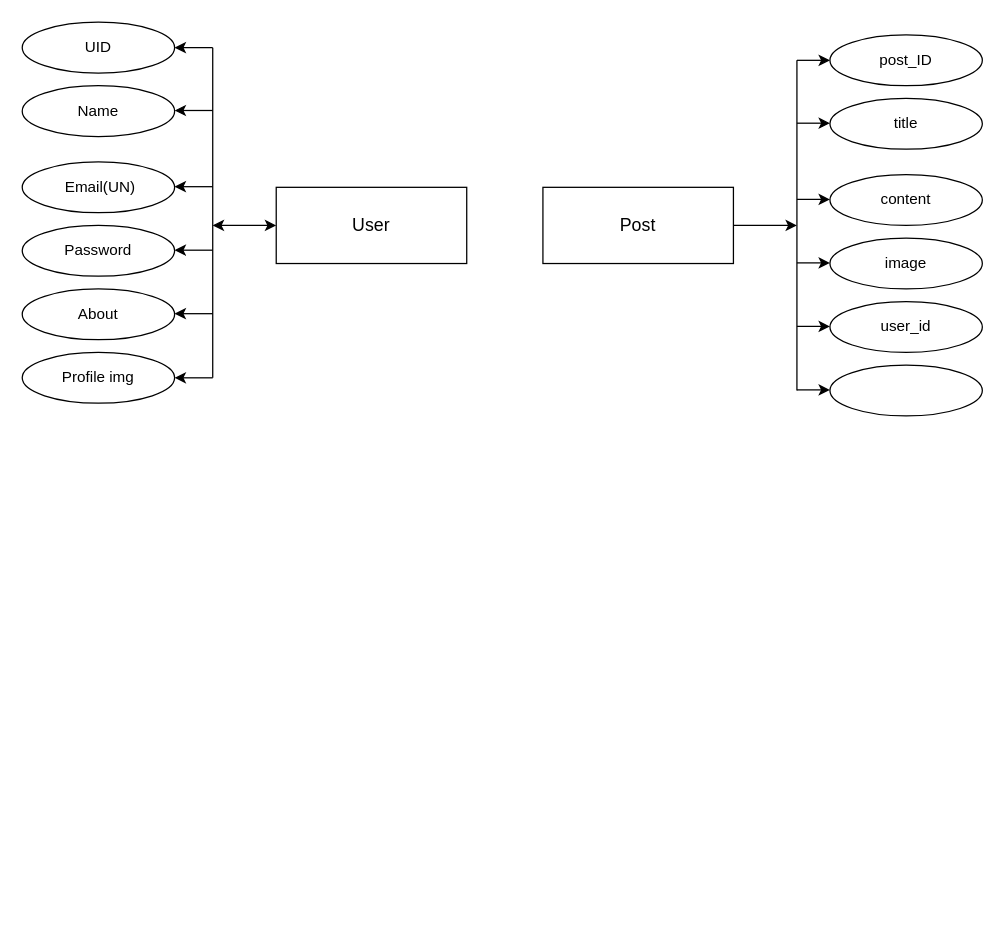
The draw.io diagram BlogWala Details/Untitled Diagram.drawio in iamsatyamyadav/Blogwala, before the edit. Source tidied: cells renumbered, new cells numbered last; positions are measured from the earlier drawing's top-left corner, leaving out a move shared by most shapes. Both pictures are drawn from the tidied source at 127%, with x=0, y=0 at pixel (22, 22).
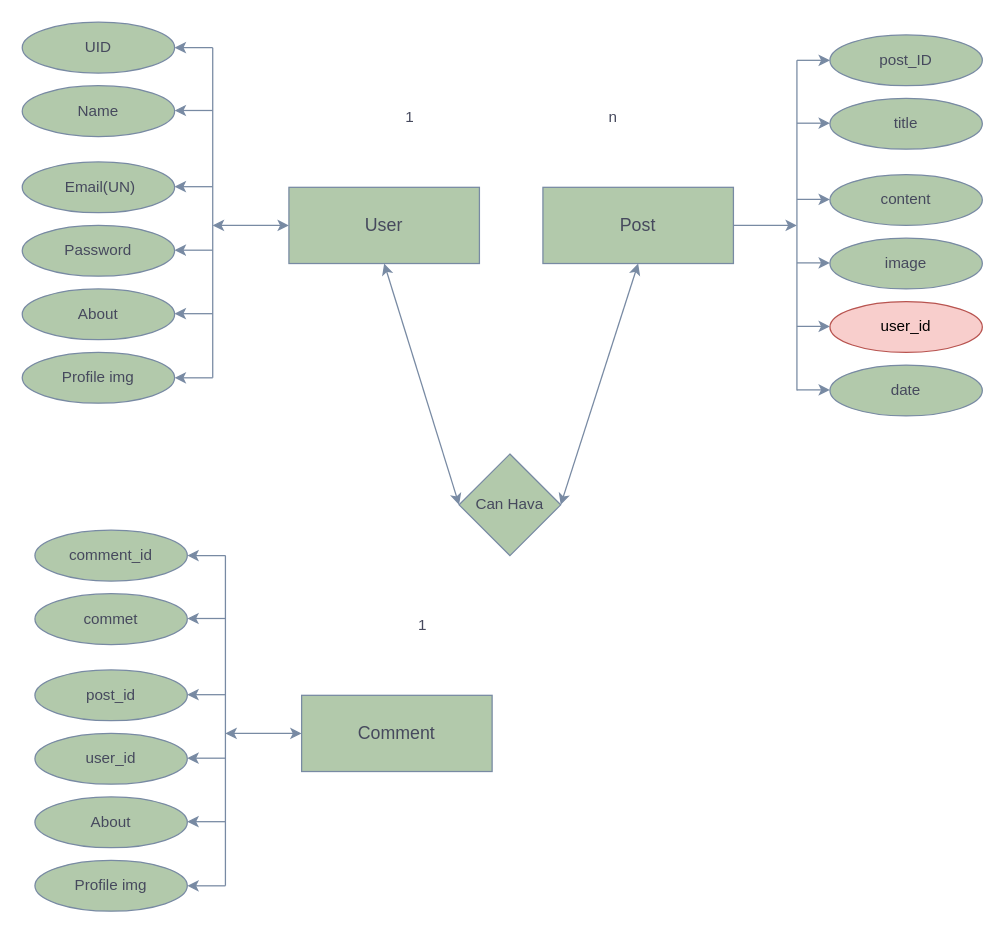
The same diagram, later.

The edit, as a diff of the source:
```diff
@@
-    <mxCell id="2" value="UID" style="ellipse;whiteSpace=wrap;html=1;" parent="1" vertex="1">
+    <mxCell id="2" value="UID" style="ellipse;whiteSpace=wrap;html=1;rounded=0;labelBackgroundColor=none;fillColor=#B2C9AB;strokeColor=#788AA3;fontColor=#46495D;" parent="1" vertex="1">
       <mxGeometry width="120" height="40" as="geometry" />
     </mxCell>
-    <mxCell id="3" value="Name" style="ellipse;whiteSpace=wrap;html=1;" parent="1" vertex="1">
+    <mxCell id="3" value="Name" style="ellipse;whiteSpace=wrap;html=1;rounded=0;labelBackgroundColor=none;fillColor=#B2C9AB;strokeColor=#788AA3;fontColor=#46495D;" parent="1" vertex="1">
       <mxGeometry y="50" width="120" height="40" as="geometry" />
     </mxCell>
-    <mxCell id="4" value="&amp;nbsp;Email(UN)" style="ellipse;whiteSpace=wrap;html=1;" parent="1" vertex="1">
+    <mxCell id="4" value="&amp;nbsp;Email(UN)" style="ellipse;whiteSpace=wrap;html=1;rounded=0;labelBackgroundColor=none;fillColor=#B2C9AB;strokeColor=#788AA3;fontColor=#46495D;" parent="1" vertex="1">
       <mxGeometry y="110" width="120" height="40" as="geometry" />
     </mxCell>
-    <mxCell id="5" value="Password" style="ellipse;whiteSpace=wrap;html=1;" parent="1" vertex="1">
+    <mxCell id="5" value="Password" style="ellipse;whiteSpace=wrap;html=1;rounded=0;labelBackgroundColor=none;fillColor=#B2C9AB;strokeColor=#788AA3;fontColor=#46495D;" parent="1" vertex="1">
       <mxGeometry y="160" width="120" height="40" as="geometry" />
     </mxCell>
-    <mxCell id="6" value="About" style="ellipse;whiteSpace=wrap;html=1;" parent="1" vertex="1">
+    <mxCell id="6" value="About" style="ellipse;whiteSpace=wrap;html=1;rounded=0;labelBackgroundColor=none;fillColor=#B2C9AB;strokeColor=#788AA3;fontColor=#46495D;" parent="1" vertex="1">
       <mxGeometry y="210" width="120" height="40" as="geometry" />
     </mxCell>
-    <mxCell id="7" value="Profile img" style="ellipse;whiteSpace=wrap;html=1;" parent="1" vertex="1">
+    <mxCell id="7" value="Profile img" style="ellipse;whiteSpace=wrap;html=1;rounded=0;labelBackgroundColor=none;fillColor=#B2C9AB;strokeColor=#788AA3;fontColor=#46495D;" parent="1" vertex="1">
       <mxGeometry y="260" width="120" height="40" as="geometry" />
     </mxCell>
-    <mxCell id="8" style="endArrow=none;html=1;rounded=0;" parent="1" edge="1">
+    <mxCell id="8" style="endArrow=none;html=1;rounded=0;labelBackgroundColor=none;strokeColor=#788AA3;fontColor=default;" parent="1" edge="1">
       <mxGeometry relative="1" as="geometry">
         <mxPoint x="150" y="280" as="sourcePoint" />
         <mxPoint x="150" y="20" as="targetPoint" />
       </mxGeometry>
     </mxCell>
-    <mxCell id="9" style="endArrow=classic;html=1;rounded=0;entryX=1;entryY=0.5;entryDx=0;entryDy=0;" parent="1" edge="1" target="7">
+    <mxCell id="9" style="endArrow=classic;html=1;rounded=0;entryX=1;entryY=0.5;entryDx=0;entryDy=0;labelBackgroundColor=none;strokeColor=#788AA3;fontColor=default;" parent="1" edge="1" target="7">
       <mxGeometry relative="1" as="geometry">
         <mxPoint x="150" y="280" as="sourcePoint" />
       </mxGeometry>
     </mxCell>
-    <mxCell id="10" style="endArrow=classic;html=1;rounded=0;entryX=1;entryY=0.5;entryDx=0;entryDy=0;" parent="1" edge="1">
+    <mxCell id="10" style="endArrow=classic;html=1;rounded=0;entryX=1;entryY=0.5;entryDx=0;entryDy=0;labelBackgroundColor=none;strokeColor=#788AA3;fontColor=default;" parent="1" edge="1">
       <mxGeometry relative="1" as="geometry">
         <mxPoint x="150" y="129.5" as="sourcePoint" />
         <mxPoint x="120" y="129.5" as="targetPoint" />
       </mxGeometry>
     </mxCell>
-    <mxCell id="11" style="endArrow=classic;html=1;rounded=0;entryX=1;entryY=0.5;entryDx=0;entryDy=0;" parent="1" edge="1">
+    <mxCell id="11" style="endArrow=classic;html=1;rounded=0;entryX=1;entryY=0.5;entryDx=0;entryDy=0;labelBackgroundColor=none;strokeColor=#788AA3;fontColor=default;" parent="1" edge="1">
       <mxGeometry relative="1" as="geometry">
         <mxPoint x="150" y="69.5" as="sourcePoint" />
         <mxPoint x="120" y="69.5" as="targetPoint" />
       </mxGeometry>
     </mxCell>
-    <mxCell id="12" style="endArrow=classic;html=1;rounded=0;entryX=1;entryY=0.5;entryDx=0;entryDy=0;" parent="1" edge="1">
+    <mxCell id="12" style="endArrow=classic;html=1;rounded=0;entryX=1;entryY=0.5;entryDx=0;entryDy=0;labelBackgroundColor=none;strokeColor=#788AA3;fontColor=default;" parent="1" edge="1">
       <mxGeometry relative="1" as="geometry">
         <mxPoint x="150" y="20" as="sourcePoint" />
         <mxPoint x="120" y="20" as="targetPoint" />
       </mxGeometry>
     </mxCell>
-    <mxCell id="13" style="endArrow=classic;html=1;rounded=0;entryX=1;entryY=0.5;entryDx=0;entryDy=0;" parent="1" edge="1">
+    <mxCell id="13" style="endArrow=classic;html=1;rounded=0;entryX=1;entryY=0.5;entryDx=0;entryDy=0;labelBackgroundColor=none;strokeColor=#788AA3;fontColor=default;" parent="1" edge="1">
       <mxGeometry relative="1" as="geometry">
         <mxPoint x="150" y="179.5" as="sourcePoint" />
         <mxPoint x="120" y="179.5" as="targetPoint" />
       </mxGeometry>
     </mxCell>
-    <mxCell id="14" style="endArrow=classic;html=1;rounded=0;entryX=1;entryY=0.5;entryDx=0;entryDy=0;" parent="1" edge="1">
+    <mxCell id="14" style="endArrow=classic;html=1;rounded=0;entryX=1;entryY=0.5;entryDx=0;entryDy=0;labelBackgroundColor=none;strokeColor=#788AA3;fontColor=default;" parent="1" edge="1">
       <mxGeometry relative="1" as="geometry">
         <mxPoint x="150" y="229.5" as="sourcePoint" />
         <mxPoint x="120" y="229.5" as="targetPoint" />
       </mxGeometry>
     </mxCell>
-    <mxCell id="15" style="endArrow=classic;startArrow=classic;html=1;rounded=0;entryX=0;entryY=0.5;entryDx=0;entryDy=0;" parent="1" edge="1" target="16">
+    <mxCell id="15" style="endArrow=classic;startArrow=classic;html=1;rounded=0;entryX=0;entryY=0.5;entryDx=0;entryDy=0;labelBackgroundColor=none;strokeColor=#788AA3;fontColor=default;" parent="1" edge="1" target="16">
       <mxGeometry relative="1" as="geometry">
         <mxPoint x="150" y="160" as="sourcePoint" />
       </mxGeometry>
     </mxCell>
-    <mxCell id="16" value="&lt;font style=&quot;font-size: 14px;&quot;&gt;User&lt;/font&gt;" style="rounded=0;whiteSpace=wrap;html=1;" parent="1" vertex="1">
-      <mxGeometry x="200" y="130" width="150" height="60" as="geometry" />
+    <mxCell id="16" value="&lt;font style=&quot;font-size: 14px;&quot;&gt;User&lt;/font&gt;" style="rounded=0;whiteSpace=wrap;html=1;labelBackgroundColor=none;fillColor=#B2C9AB;strokeColor=#788AA3;fontColor=#46495D;" parent="1" vertex="1">
+      <mxGeometry x="210" y="130" width="150" height="60" as="geometry" />
     </mxCell>
-    <mxCell id="17" value="post_ID" style="ellipse;whiteSpace=wrap;html=1;" parent="1" vertex="1">
+    <mxCell id="17" value="post_ID" style="ellipse;whiteSpace=wrap;html=1;rounded=0;labelBackgroundColor=none;fillColor=#B2C9AB;strokeColor=#788AA3;fontColor=#46495D;" parent="1" vertex="1">
       <mxGeometry x="636" y="10" width="120" height="40" as="geometry" />
     </mxCell>
-    <mxCell id="18" value="title" style="ellipse;whiteSpace=wrap;html=1;" parent="1" vertex="1">
+    <mxCell id="18" value="title" style="ellipse;whiteSpace=wrap;html=1;rounded=0;labelBackgroundColor=none;fillColor=#B2C9AB;strokeColor=#788AA3;fontColor=#46495D;" parent="1" vertex="1">
       <mxGeometry x="636" y="60" width="120" height="40" as="geometry" />
     </mxCell>
-    <mxCell id="19" value="content" style="ellipse;whiteSpace=wrap;html=1;" parent="1" vertex="1">
+    <mxCell id="19" value="content" style="ellipse;whiteSpace=wrap;html=1;rounded=0;labelBackgroundColor=none;fillColor=#B2C9AB;strokeColor=#788AA3;fontColor=#46495D;" parent="1" vertex="1">
       <mxGeometry x="636" y="120" width="120" height="40" as="geometry" />
     </mxCell>
-    <mxCell id="20" value="image" style="ellipse;whiteSpace=wrap;html=1;" parent="1" vertex="1">
+    <mxCell id="20" value="image" style="ellipse;whiteSpace=wrap;html=1;rounded=0;labelBackgroundColor=none;fillColor=#B2C9AB;strokeColor=#788AA3;fontColor=#46495D;" parent="1" vertex="1">
       <mxGeometry x="636" y="170" width="120" height="40" as="geometry" />
     </mxCell>
-    <mxCell id="21" value="user_id" style="ellipse;whiteSpace=wrap;html=1;" parent="1" vertex="1">
+    <mxCell id="21" value="user_id" style="ellipse;whiteSpace=wrap;html=1;rounded=0;fillColor=#f8cecc;strokeColor=#b85450;labelBackgroundColor=none;" parent="1" vertex="1">
       <mxGeometry x="636" y="220" width="120" height="40" as="geometry" />
     </mxCell>
-    <mxCell id="22" style="ellipse;whiteSpace=wrap;html=1;" parent="1" vertex="1">
+    <mxCell id="22" value="date" style="ellipse;whiteSpace=wrap;html=1;rounded=0;labelBackgroundColor=none;fillColor=#B2C9AB;strokeColor=#788AA3;fontColor=#46495D;" parent="1" vertex="1">
       <mxGeometry x="636" y="270" width="120" height="40" as="geometry" />
     </mxCell>
-    <mxCell id="23" style="endArrow=none;html=1;rounded=0;" parent="1" edge="1">
+    <mxCell id="23" style="endArrow=none;html=1;rounded=0;labelBackgroundColor=none;strokeColor=#788AA3;fontColor=default;" parent="1" edge="1">
       <mxGeometry relative="1" as="geometry">
         <mxPoint x="610" y="290" as="sourcePoint" />
         <mxPoint x="610" y="30" as="targetPoint" />
         <Array as="points">
           <mxPoint x="610" y="160" />
         </Array>
       </mxGeometry>
     </mxCell>
-    <mxCell id="24" value="&lt;span style=&quot;font-size: 14px;&quot;&gt;Post&lt;/span&gt;" style="rounded=0;whiteSpace=wrap;html=1;" parent="1" vertex="1">
+    <mxCell id="24" value="&lt;span style=&quot;font-size: 14px;&quot;&gt;Post&lt;/span&gt;" style="rounded=0;whiteSpace=wrap;html=1;labelBackgroundColor=none;fillColor=#B2C9AB;strokeColor=#788AA3;fontColor=#46495D;" parent="1" vertex="1">
       <mxGeometry x="410" y="130" width="150" height="60" as="geometry" />
     </mxCell>
-    <mxCell id="25" style="endArrow=classic;html=1;rounded=0;" parent="1" edge="1" target="17">
+    <mxCell id="25" style="endArrow=classic;html=1;rounded=0;labelBackgroundColor=none;strokeColor=#788AA3;fontColor=default;" parent="1" edge="1" target="17">
       <mxGeometry relative="1" as="geometry">
         <mxPoint x="610" y="30" as="sourcePoint" />
       </mxGeometry>
     </mxCell>
-    <mxCell id="26" style="endArrow=classic;html=1;rounded=0;" parent="1" edge="1" source="24">
+    <mxCell id="26" style="endArrow=classic;html=1;rounded=0;labelBackgroundColor=none;strokeColor=#788AA3;fontColor=default;" parent="1" edge="1" source="24">
       <mxGeometry relative="1" as="geometry">
         <mxPoint x="610" y="160" as="targetPoint" />
       </mxGeometry>
     </mxCell>
-    <mxCell id="27" style="endArrow=classic;html=1;rounded=0;" parent="1" edge="1">
+    <mxCell id="27" style="endArrow=classic;html=1;rounded=0;labelBackgroundColor=none;strokeColor=#788AA3;fontColor=default;" parent="1" edge="1">
       <mxGeometry relative="1" as="geometry">
         <mxPoint x="610" y="79.5" as="sourcePoint" />
         <mxPoint x="636" y="79.5" as="targetPoint" />
       </mxGeometry>
     </mxCell>
-    <mxCell id="28" style="endArrow=classic;html=1;rounded=0;" parent="1" edge="1">
+    <mxCell id="28" style="endArrow=classic;html=1;rounded=0;labelBackgroundColor=none;strokeColor=#788AA3;fontColor=default;" parent="1" edge="1">
       <mxGeometry relative="1" as="geometry">
         <mxPoint x="610" y="189.5" as="sourcePoint" />
         <mxPoint x="636" y="189.5" as="targetPoint" />
       </mxGeometry>
     </mxCell>
-    <mxCell id="29" style="endArrow=classic;html=1;rounded=0;" parent="1" edge="1">
+    <mxCell id="29" style="endArrow=classic;html=1;rounded=0;labelBackgroundColor=none;strokeColor=#788AA3;fontColor=default;" parent="1" edge="1">
       <mxGeometry relative="1" as="geometry">
         <mxPoint x="610" y="139.5" as="sourcePoint" />
         <mxPoint x="636" y="139.5" as="targetPoint" />
       </mxGeometry>
     </mxCell>
-    <mxCell id="30" style="endArrow=classic;html=1;rounded=0;" parent="1" edge="1">
+    <mxCell id="30" style="endArrow=classic;html=1;rounded=0;labelBackgroundColor=none;strokeColor=#788AA3;fontColor=default;" parent="1" edge="1">
       <mxGeometry relative="1" as="geometry">
         <mxPoint x="610" y="239.5" as="sourcePoint" />
         <mxPoint x="636" y="239.5" as="targetPoint" />
       </mxGeometry>
     </mxCell>
-    <mxCell id="31" style="endArrow=classic;html=1;rounded=0;" parent="1" edge="1">
+    <mxCell id="31" style="endArrow=classic;html=1;rounded=0;labelBackgroundColor=none;strokeColor=#788AA3;fontColor=default;" parent="1" edge="1">
       <mxGeometry relative="1" as="geometry">
         <mxPoint x="610" y="289.5" as="sourcePoint" />
         <mxPoint x="636" y="289.5" as="targetPoint" />
       </mxGeometry>
     </mxCell>
+    <mxCell id="32" value="Can Hava" style="rhombus;whiteSpace=wrap;html=1;strokeColor=#788AA3;fontColor=#46495D;fillColor=#B2C9AB;" parent="1" vertex="1">
+      <mxGeometry x="344" y="340" width="80" height="80" as="geometry" />
+    </mxCell>
+    <mxCell id="33" style="endArrow=classic;startArrow=classic;html=1;rounded=0;strokeColor=#788AA3;fontColor=#46495D;fillColor=#B2C9AB;entryX=0;entryY=0.5;entryDx=0;entryDy=0;exitX=0.5;exitY=1;exitDx=0;exitDy=0;" parent="1" edge="1" source="16" target="32">
+      <mxGeometry relative="1" as="geometry" />
+    </mxCell>
+    <mxCell id="34" style="endArrow=classic;startArrow=classic;html=1;rounded=0;strokeColor=#788AA3;fontColor=#46495D;fillColor=#B2C9AB;entryX=0.5;entryY=1;entryDx=0;entryDy=0;exitX=1;exitY=0.5;exitDx=0;exitDy=0;" parent="1" edge="1" source="32" target="24">
+      <mxGeometry relative="1" as="geometry" />
+    </mxCell>
+    <mxCell id="35" value="1" style="text;html=1;align=center;verticalAlign=middle;strokeColor=none;fillColor=none;fontColor=#46495D;" parent="1" vertex="1">
+      <mxGeometry x="290" y="60" width="30" height="30" as="geometry" />
+    </mxCell>
+    <mxCell id="36" value="n" style="text;html=1;align=center;verticalAlign=middle;strokeColor=none;fillColor=none;fontColor=#46495D;" parent="1" vertex="1">
+      <mxGeometry x="450" y="60" width="30" height="30" as="geometry" />
+    </mxCell>
+    <mxCell id="37" value="comment_id" style="ellipse;whiteSpace=wrap;html=1;rounded=0;labelBackgroundColor=none;fillColor=#B2C9AB;strokeColor=#788AA3;fontColor=#46495D;" parent="1" vertex="1">
+      <mxGeometry x="10" y="400" width="120" height="40" as="geometry" />
+    </mxCell>
+    <mxCell id="38" value="commet" style="ellipse;whiteSpace=wrap;html=1;rounded=0;labelBackgroundColor=none;fillColor=#B2C9AB;strokeColor=#788AA3;fontColor=#46495D;" parent="1" vertex="1">
+      <mxGeometry x="10" y="450" width="120" height="40" as="geometry" />
+    </mxCell>
+    <mxCell id="39" value="post_id" style="ellipse;whiteSpace=wrap;html=1;rounded=0;labelBackgroundColor=none;fillColor=#B2C9AB;strokeColor=#788AA3;fontColor=#46495D;" parent="1" vertex="1">
+      <mxGeometry x="10" y="510" width="120" height="40" as="geometry" />
+    </mxCell>
+    <mxCell id="40" value="user_id" style="ellipse;whiteSpace=wrap;html=1;rounded=0;labelBackgroundColor=none;fillColor=#B2C9AB;strokeColor=#788AA3;fontColor=#46495D;" parent="1" vertex="1">
+      <mxGeometry x="10" y="560" width="120" height="40" as="geometry" />
+    </mxCell>
+    <mxCell id="41" value="About" style="ellipse;whiteSpace=wrap;html=1;rounded=0;labelBackgroundColor=none;fillColor=#B2C9AB;strokeColor=#788AA3;fontColor=#46495D;" parent="1" vertex="1">
+      <mxGeometry x="10" y="610" width="120" height="40" as="geometry" />
+    </mxCell>
+    <mxCell id="42" value="Profile img" style="ellipse;whiteSpace=wrap;html=1;rounded=0;labelBackgroundColor=none;fillColor=#B2C9AB;strokeColor=#788AA3;fontColor=#46495D;" parent="1" vertex="1">
+      <mxGeometry x="10" y="660" width="120" height="40" as="geometry" />
+    </mxCell>
+    <mxCell id="43" style="endArrow=none;html=1;rounded=0;labelBackgroundColor=none;strokeColor=#788AA3;fontColor=default;" parent="1" edge="1">
+      <mxGeometry relative="1" as="geometry">
+        <mxPoint x="160" y="680" as="sourcePoint" />
+        <mxPoint x="160" y="420" as="targetPoint" />
+      </mxGeometry>
+    </mxCell>
+    <mxCell id="44" style="endArrow=classic;html=1;rounded=0;entryX=1;entryY=0.5;entryDx=0;entryDy=0;labelBackgroundColor=none;strokeColor=#788AA3;fontColor=default;" parent="1" edge="1" target="42">
+      <mxGeometry relative="1" as="geometry">
+        <mxPoint x="160" y="680" as="sourcePoint" />
+      </mxGeometry>
+    </mxCell>
+    <mxCell id="45" style="endArrow=classic;html=1;rounded=0;entryX=1;entryY=0.5;entryDx=0;entryDy=0;labelBackgroundColor=none;strokeColor=#788AA3;fontColor=default;" parent="1" edge="1">
+      <mxGeometry relative="1" as="geometry">
+        <mxPoint x="160" y="529.5" as="sourcePoint" />
+        <mxPoint x="130" y="529.5" as="targetPoint" />
+      </mxGeometry>
+    </mxCell>
+    <mxCell id="46" style="endArrow=classic;html=1;rounded=0;entryX=1;entryY=0.5;entryDx=0;entryDy=0;labelBackgroundColor=none;strokeColor=#788AA3;fontColor=default;" parent="1" edge="1">
+      <mxGeometry relative="1" as="geometry">
+        <mxPoint x="160" y="469.5" as="sourcePoint" />
+        <mxPoint x="130" y="469.5" as="targetPoint" />
+      </mxGeometry>
+    </mxCell>
+    <mxCell id="47" style="endArrow=classic;html=1;rounded=0;entryX=1;entryY=0.5;entryDx=0;entryDy=0;labelBackgroundColor=none;strokeColor=#788AA3;fontColor=default;" parent="1" edge="1">
+      <mxGeometry relative="1" as="geometry">
+        <mxPoint x="160" y="420" as="sourcePoint" />
+        <mxPoint x="130" y="420" as="targetPoint" />
+      </mxGeometry>
+    </mxCell>
+    <mxCell id="48" style="endArrow=classic;html=1;rounded=0;entryX=1;entryY=0.5;entryDx=0;entryDy=0;labelBackgroundColor=none;strokeColor=#788AA3;fontColor=default;" parent="1" edge="1">
+      <mxGeometry relative="1" as="geometry">
+        <mxPoint x="160" y="579.5" as="sourcePoint" />
+        <mxPoint x="130" y="579.5" as="targetPoint" />
+      </mxGeometry>
+    </mxCell>
+    <mxCell id="49" style="endArrow=classic;html=1;rounded=0;entryX=1;entryY=0.5;entryDx=0;entryDy=0;labelBackgroundColor=none;strokeColor=#788AA3;fontColor=default;" parent="1" edge="1">
+      <mxGeometry relative="1" as="geometry">
+        <mxPoint x="160" y="629.5" as="sourcePoint" />
+        <mxPoint x="130" y="629.5" as="targetPoint" />
+      </mxGeometry>
+    </mxCell>
+    <mxCell id="50" style="endArrow=classic;startArrow=classic;html=1;rounded=0;entryX=0;entryY=0.5;entryDx=0;entryDy=0;labelBackgroundColor=none;strokeColor=#788AA3;fontColor=default;" parent="1" edge="1" target="51">
+      <mxGeometry relative="1" as="geometry">
+        <mxPoint x="160" y="560" as="sourcePoint" />
+      </mxGeometry>
+    </mxCell>
+    <mxCell id="51" value="&lt;span style=&quot;font-size: 14px;&quot;&gt;Comment&lt;/span&gt;" style="rounded=0;whiteSpace=wrap;html=1;labelBackgroundColor=none;fillColor=#B2C9AB;strokeColor=#788AA3;fontColor=#46495D;" parent="1" vertex="1">
+      <mxGeometry x="220" y="530" width="150" height="60" as="geometry" />
+    </mxCell>
+    <mxCell id="52" value="1" style="text;html=1;align=center;verticalAlign=middle;strokeColor=none;fillColor=none;fontColor=#46495D;" parent="1" vertex="1">
+      <mxGeometry x="300" y="460" width="30" height="30" as="geometry" />
+    </mxCell>
```
